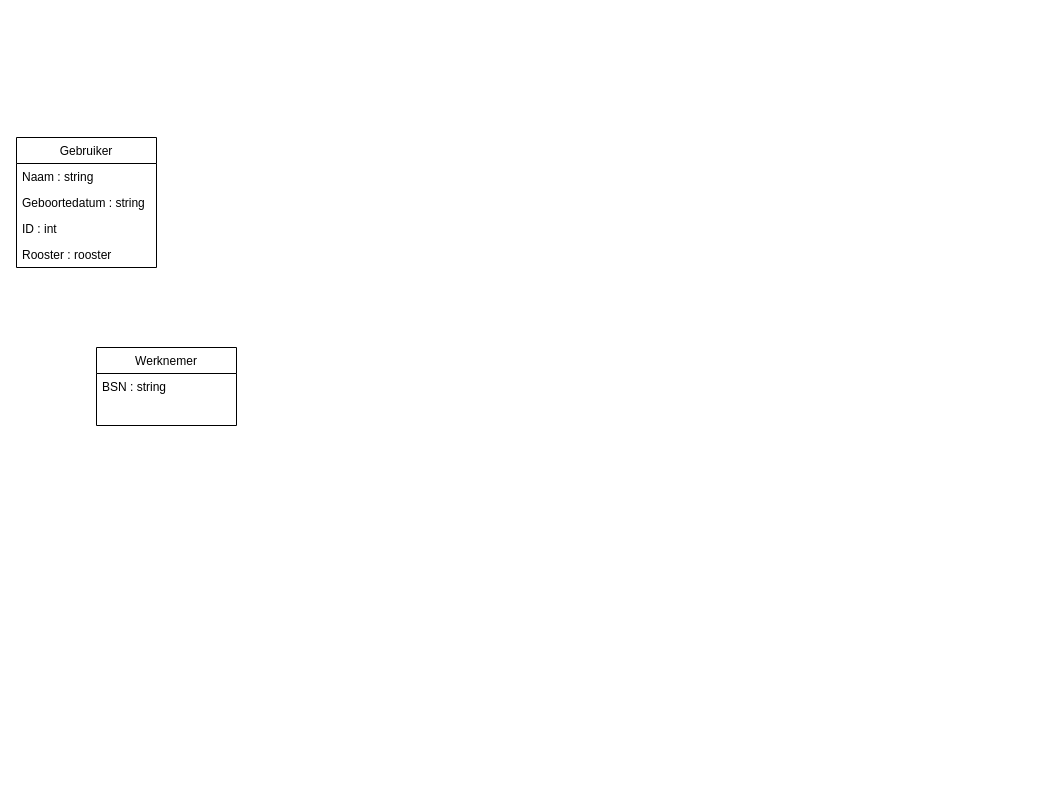
Above: page "Database diagram" (9 of 9) of Untitled Diagram.drawio in antipope/NextAanwezigheid (draw.io), before the change. Source tidied: cells renumbered, new cells numbered last; positions are measured from the earlier drawing's top-left corner, leaving out a move shared by most shapes. Both pictures are drawn from the tidied source at 100%, with x=0, y=0 at pixel (16, 137).
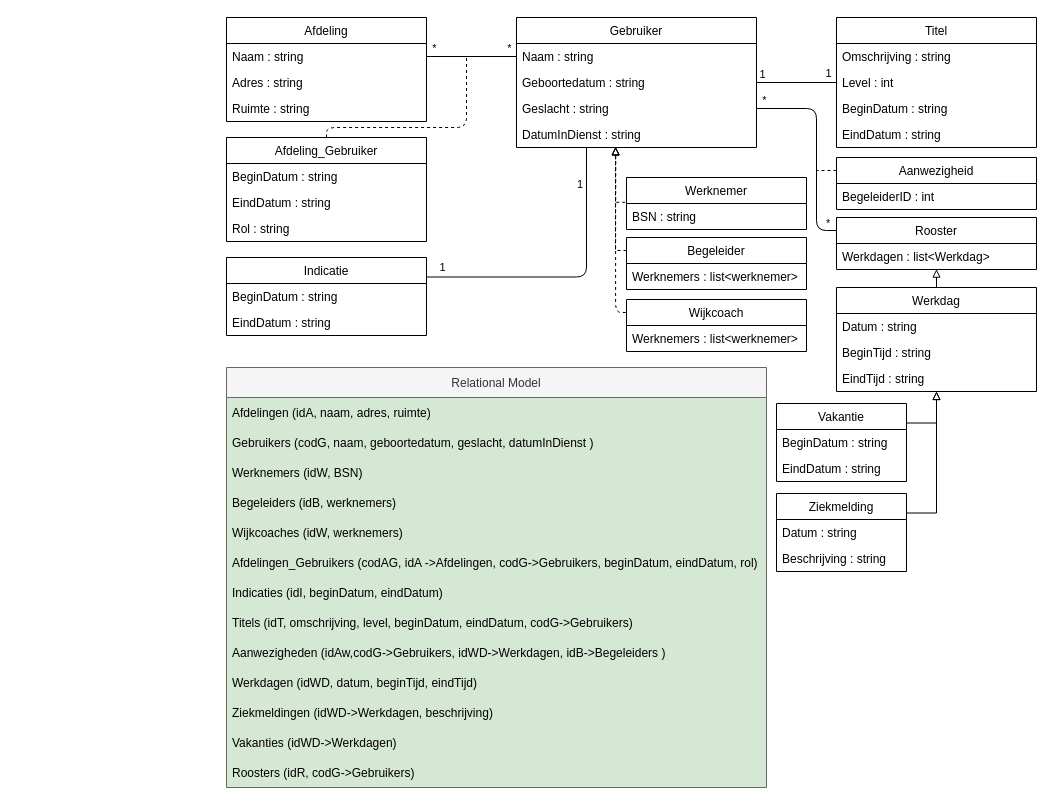
After the change.

Change to the diagram source:
```diff
@@
+    <mxCell id="10" style="edgeStyle=orthogonalEdgeStyle;rounded=1;jettySize=auto;html=1;entryX=0;entryY=0.25;entryDx=0;entryDy=0;dashed=1;startArrow=block;startFill=0;endArrow=none;endFill=0;exitX=0.413;exitY=0.975;exitDx=0;exitDy=0;exitPerimeter=0;" parent="1" edge="1" source="16" target="18">
+      <mxGeometry relative="1" as="geometry">
+        <Array as="points">
+          <mxPoint x="599" y="175" />
+        </Array>
+      </mxGeometry>
+    </mxCell>
+    <mxCell id="11" style="edgeStyle=orthogonalEdgeStyle;rounded=0;jettySize=auto;html=1;entryX=-0.008;entryY=-0.048;entryDx=0;entryDy=0;startArrow=block;startFill=0;endArrow=none;endFill=0;strokeColor=default;dashed=1;entryPerimeter=0;exitX=0.413;exitY=0.975;exitDx=0;exitDy=0;exitPerimeter=0;" parent="1" edge="1" source="16" target="32">
+      <mxGeometry relative="1" as="geometry">
+        <Array as="points">
+          <mxPoint x="599" y="65" />
+        </Array>
+      </mxGeometry>
+    </mxCell>
+    <mxCell id="12" style="edgeStyle=orthogonalEdgeStyle;rounded=1;jettySize=auto;html=1;entryX=1;entryY=0.25;entryDx=0;entryDy=0;startArrow=none;startFill=0;endArrow=none;endFill=0;strokeColor=default;" parent="1" edge="1" source="2" target="45">
+      <mxGeometry relative="1" as="geometry">
+        <Array as="points">
+          <mxPoint x="570" y="140" />
+        </Array>
+      </mxGeometry>
+    </mxCell>
+    <mxCell id="13" value="1" style="edgeLabel;html=1;align=right;verticalAlign=bottom;labelPosition=left;verticalLabelPosition=top;" parent="12" vertex="1">
+      <mxGeometry x="-0.69" y="-3" relative="1" as="geometry" />
+    </mxCell>
+    <mxCell id="14" value="1" style="edgeLabel;html=1;align=center;verticalAlign=bottom;labelPosition=center;verticalLabelPosition=top;" parent="12" vertex="1">
+      <mxGeometry x="0.89" y="-2" relative="1" as="geometry" />
+    </mxCell>
     <mxCell id="2" value="Gebruiker" style="swimlane;fontStyle=0;horizontal=1;startSize=26;fillColor=none;" parent="1" vertex="1">
-      <mxGeometry width="140" height="130" as="geometry" />
+      <mxGeometry x="500" y="-120" width="240" height="130" as="geometry" />
     </mxCell>
     <mxCell id="3" value="Naam : string" style="text;strokeColor=none;fillColor=none;align=left;verticalAlign=top;spacingLeft=4;spacingRight=4;overflow=hidden;points=[[0,0.5],[1,0.5]];portConstraint=eastwest;" parent="2" vertex="1">
-      <mxGeometry y="26" width="140" height="26" as="geometry" />
+      <mxGeometry y="26" width="240" height="26" as="geometry" />
     </mxCell>
     <mxCell id="4" value="Geboortedatum : string" style="text;strokeColor=none;fillColor=none;align=left;verticalAlign=top;spacingLeft=4;spacingRight=4;overflow=hidden;points=[[0,0.5],[1,0.5]];portConstraint=eastwest;" parent="2" vertex="1">
-      <mxGeometry y="52" width="140" height="26" as="geometry" />
+      <mxGeometry y="52" width="240" height="26" as="geometry" />
     </mxCell>
-    <mxCell id="5" value="ID : int" style="text;strokeColor=none;fillColor=none;align=left;verticalAlign=top;spacingLeft=4;spacingRight=4;overflow=hidden;" parent="2" vertex="1">
-      <mxGeometry y="78" width="140" height="26" as="geometry" />
-    </mxCell>
-    <mxCell id="6" value="Rooster : rooster" style="text;strokeColor=none;fillColor=none;align=left;verticalAlign=top;spacingLeft=4;spacingRight=4;overflow=hidden;" parent="2" vertex="1">
-      <mxGeometry y="104" width="140" height="26" as="geometry" />
-    </mxCell>
+    <mxCell id="15" value="Geslacht : string" style="text;strokeColor=none;fillColor=none;align=left;verticalAlign=top;spacingLeft=4;spacingRight=4;overflow=hidden;" parent="2" vertex="1">
+      <mxGeometry y="78" width="240" height="26" as="geometry" />
+    </mxCell>
+    <mxCell id="16" value="DatumInDienst : string" style="text;strokeColor=none;fillColor=none;align=left;verticalAlign=top;spacingLeft=4;spacingRight=4;overflow=hidden;points=[[0,0.5],[1,0.5]];portConstraint=eastwest;" parent="2" vertex="1">
+      <mxGeometry y="104" width="240" height="26" as="geometry" />
+    </mxCell>
-    <mxCell id="7" value="Werknemer" style="swimlane;fontStyle=0;horizontal=1;startSize=26;fillColor=none;" parent="1" vertex="1">
-      <mxGeometry x="80" y="210" width="140" height="78" as="geometry" />
+    <mxCell id="7" value="Afdeling" style="swimlane;fontStyle=0;horizontal=1;startSize=26;fillColor=none;" parent="1" vertex="1">
+      <mxGeometry x="210" y="-120" width="200" height="104" as="geometry" />
     </mxCell>
-    <mxCell id="8" value="BSN : string" style="text;strokeColor=none;fillColor=none;align=left;verticalAlign=top;spacingLeft=4;spacingRight=4;overflow=hidden;points=[[0,0.5],[1,0.5]];portConstraint=eastwest;" parent="7" vertex="1">
-      <mxGeometry y="26" width="140" height="26" as="geometry" />
+    <mxCell id="8" value="Naam : string" style="text;strokeColor=none;fillColor=none;align=left;verticalAlign=top;spacingLeft=4;spacingRight=4;overflow=hidden;points=[[0,0.5],[1,0.5]];portConstraint=eastwest;" parent="7" vertex="1">
+      <mxGeometry y="26" width="200" height="26" as="geometry" />
     </mxCell>
-    <mxCell id="9" style="text;strokeColor=none;fillColor=none;align=left;verticalAlign=top;spacingLeft=4;spacingRight=4;overflow=hidden;" parent="7" vertex="1">
-      <mxGeometry y="52" width="140" height="26" as="geometry" />
+    <mxCell id="9" value="Adres : string" style="text;strokeColor=none;fillColor=none;align=left;verticalAlign=top;spacingLeft=4;spacingRight=4;overflow=hidden;" parent="7" vertex="1">
+      <mxGeometry y="52" width="200" height="26" as="geometry" />
     </mxCell>
+    <mxCell id="17" value="Ruimte : string" style="text;strokeColor=none;fillColor=none;align=left;verticalAlign=top;spacingLeft=4;spacingRight=4;overflow=hidden;" parent="7" vertex="1">
+      <mxGeometry y="78" width="200" height="26" as="geometry" />
+    </mxCell>
+    <mxCell id="18" value="Wijkcoach" style="swimlane;fontStyle=0;horizontal=1;startSize=26;fillColor=none;" parent="1" vertex="1">
+      <mxGeometry x="610" y="162" width="180" height="52" as="geometry" />
+    </mxCell>
+    <mxCell id="19" value="Werknemers : list&lt;werknemer&gt;" style="text;strokeColor=none;fillColor=none;align=left;verticalAlign=top;spacingLeft=4;spacingRight=4;overflow=hidden;" parent="18" vertex="1">
+      <mxGeometry y="26" width="180" height="26" as="geometry" />
+    </mxCell>
+    <mxCell id="20" style="edgeStyle=orthogonalEdgeStyle;rounded=0;jettySize=auto;html=1;exitX=0;exitY=0.25;exitDx=0;exitDy=0;entryX=0.413;entryY=0.979;entryDx=0;entryDy=0;entryPerimeter=0;dashed=1;startArrow=none;startFill=0;endArrow=block;endFill=0;strokeColor=default;" parent="1" edge="1" source="21" target="16">
+      <mxGeometry relative="1" as="geometry">
+        <Array as="points">
+          <mxPoint x="599" y="113" />
+          <mxPoint x="599" y="55" />
+        </Array>
+      </mxGeometry>
+    </mxCell>
+    <mxCell id="21" value="Begeleider" style="swimlane;fontStyle=0;horizontal=1;startSize=26;fillColor=none;" parent="1" vertex="1">
+      <mxGeometry x="610" y="100" width="180" height="52" as="geometry" />
+    </mxCell>
+    <mxCell id="22" value="Werknemers : list&lt;werknemer&gt;" style="text;strokeColor=none;fillColor=none;align=left;verticalAlign=top;spacingLeft=4;spacingRight=4;overflow=hidden;" parent="21" vertex="1">
+      <mxGeometry y="26" width="180" height="26" as="geometry" />
+    </mxCell>
+    <mxCell id="23" value="Titel" style="swimlane;fontStyle=0;horizontal=1;startSize=26;fillColor=none;" parent="1" vertex="1">
+      <mxGeometry x="820" y="-120" width="200" height="130" as="geometry" />
+    </mxCell>
+    <mxCell id="24" value="Omschrijving : string" style="text;strokeColor=none;fillColor=none;align=left;verticalAlign=top;spacingLeft=4;spacingRight=4;overflow=hidden;" parent="23" vertex="1">
+      <mxGeometry y="26" width="200" height="26" as="geometry" />
+    </mxCell>
+    <mxCell id="25" value="Level : int" style="text;strokeColor=none;fillColor=none;align=left;verticalAlign=top;spacingLeft=4;spacingRight=4;overflow=hidden;points=[[0,0.5],[1,0.5]];portConstraint=eastwest;" parent="23" vertex="1">
+      <mxGeometry y="52" width="200" height="26" as="geometry" />
+    </mxCell>
+    <mxCell id="26" value="BeginDatum : string" style="text;strokeColor=none;fillColor=none;align=left;verticalAlign=top;spacingLeft=4;spacingRight=4;overflow=hidden;" parent="23" vertex="1">
+      <mxGeometry y="78" width="200" height="26" as="geometry" />
+    </mxCell>
+    <mxCell id="27" value="EindDatum : string" style="text;strokeColor=none;fillColor=none;align=left;verticalAlign=top;spacingLeft=4;spacingRight=4;overflow=hidden;" parent="23" vertex="1">
+      <mxGeometry y="104" width="200" height="26" as="geometry" />
+    </mxCell>
+    <mxCell id="28" style="edgeStyle=orthogonalEdgeStyle;rounded=0;jettySize=auto;html=1;exitX=1;exitY=0.5;exitDx=0;exitDy=0;entryX=0;entryY=0.5;entryDx=0;entryDy=0;startArrow=none;startFill=0;endArrow=none;endFill=0;strokeColor=default;" parent="1" edge="1" source="4" target="25">
+      <mxGeometry relative="1" as="geometry" />
+    </mxCell>
+    <mxCell id="29" value="1" style="edgeLabel;html=1;align=center;verticalAlign=bottom;labelPosition=center;verticalLabelPosition=top;" parent="28" vertex="1">
+      <mxGeometry x="-0.88" relative="1" as="geometry" />
+    </mxCell>
+    <mxCell id="30" value="1" style="edgeLabel;html=1;align=center;verticalAlign=bottom;labelPosition=center;verticalLabelPosition=top;" parent="28" vertex="1">
+      <mxGeometry x="0.78" y="1" relative="1" as="geometry" />
+    </mxCell>
+    <mxCell id="31" value="Werknemer" style="swimlane;fontStyle=0;horizontal=1;startSize=26;fillColor=none;" parent="1" vertex="1">
+      <mxGeometry x="610" y="40" width="180" height="52" as="geometry" />
+    </mxCell>
+    <mxCell id="32" value="BSN : string" style="text;strokeColor=none;fillColor=none;align=left;verticalAlign=top;spacingLeft=4;spacingRight=4;overflow=hidden;points=[[0,0.5],[1,0.5]];portConstraint=eastwest;" parent="31" vertex="1">
+      <mxGeometry y="26" width="180" height="26" as="geometry" />
+    </mxCell>
+    <mxCell id="33" style="edgeStyle=orthogonalEdgeStyle;rounded=0;jettySize=auto;html=1;exitX=0;exitY=0.5;exitDx=0;exitDy=0;entryX=1;entryY=0.5;entryDx=0;entryDy=0;startArrow=none;startFill=0;endArrow=none;endFill=0;strokeColor=default;" parent="1" edge="1" source="3" target="8">
+      <mxGeometry relative="1" as="geometry" />
+    </mxCell>
+    <mxCell id="34" value="*" style="edgeLabel;html=1;align=center;verticalAlign=bottom;labelPosition=center;verticalLabelPosition=top;" parent="33" vertex="1">
+      <mxGeometry x="0.85" relative="1" as="geometry" />
+    </mxCell>
+    <mxCell id="35" value="*" style="edgeLabel;html=1;align=center;verticalAlign=bottom;labelPosition=center;verticalLabelPosition=top;" parent="33" vertex="1">
+      <mxGeometry x="-0.83" relative="1" as="geometry" />
+    </mxCell>
+    <mxCell id="36" style="edgeStyle=orthogonalEdgeStyle;rounded=1;jettySize=auto;html=1;exitX=0.5;exitY=0;exitDx=0;exitDy=0;dashed=1;startArrow=none;startFill=0;endArrow=none;endFill=0;strokeColor=default;" parent="1" edge="1" source="37">
+      <mxGeometry relative="1" as="geometry">
+        <mxPoint x="450" y="-80" as="targetPoint" />
+        <Array as="points">
+          <mxPoint x="310" y="-10" />
+          <mxPoint x="450" y="-10" />
+        </Array>
+      </mxGeometry>
+    </mxCell>
+    <mxCell id="37" value="Afdeling_Gebruiker" style="swimlane;fontStyle=0;horizontal=1;startSize=26;fillColor=none;" parent="1" vertex="1">
+      <mxGeometry x="210" width="200" height="104" as="geometry" />
+    </mxCell>
+    <mxCell id="38" value="BeginDatum : string" style="text;strokeColor=none;fillColor=none;align=left;verticalAlign=top;spacingLeft=4;spacingRight=4;overflow=hidden;" parent="37" vertex="1">
+      <mxGeometry y="26" width="200" height="26" as="geometry" />
+    </mxCell>
+    <mxCell id="39" value="EindDatum : string" style="text;strokeColor=none;fillColor=none;align=left;verticalAlign=top;spacingLeft=4;spacingRight=4;overflow=hidden;" parent="37" vertex="1">
+      <mxGeometry y="52" width="200" height="26" as="geometry" />
+    </mxCell>
+    <mxCell id="40" value="Rol : string" style="text;strokeColor=none;fillColor=none;align=left;verticalAlign=top;spacingLeft=4;spacingRight=4;overflow=hidden;" parent="37" vertex="1">
+      <mxGeometry y="78" width="200" height="26" as="geometry" />
+    </mxCell>
+    <mxCell id="41" style="edgeStyle=orthogonalEdgeStyle;jettySize=auto;html=1;exitX=1;exitY=0.5;exitDx=0;exitDy=0;entryX=0;entryY=0.25;entryDx=0;entryDy=0;startArrow=none;startFill=0;endArrow=none;endFill=0;strokeColor=default;rounded=1;" parent="1" edge="1" target="62">
+      <mxGeometry relative="1" as="geometry">
+        <mxPoint x="740" y="-29" as="sourcePoint" />
+        <Array as="points">
+          <mxPoint x="800" y="-29" />
+          <mxPoint x="800" y="93" />
+        </Array>
+      </mxGeometry>
+    </mxCell>
+    <mxCell id="42" value="*" style="edgeLabel;html=1;align=center;verticalAlign=bottom;labelPosition=center;verticalLabelPosition=top;" parent="41" vertex="1">
+      <mxGeometry x="-0.93" relative="1" as="geometry" />
+    </mxCell>
+    <mxCell id="43" value="*" style="edgeLabel;html=1;align=left;verticalAlign=middle;labelPosition=right;verticalLabelPosition=middle;" parent="41" vertex="1">
+      <mxGeometry x="0.92" y="1" relative="1" as="geometry">
+        <mxPoint x="-4" y="-7" as="offset" />
+      </mxGeometry>
+    </mxCell>
+    <mxCell id="44" style="edgeStyle=orthogonalEdgeStyle;rounded=0;jettySize=auto;html=1;exitX=0;exitY=0.25;exitDx=0;exitDy=0;startArrow=none;startFill=0;endArrow=none;endFill=0;strokeColor=default;dashed=1;" parent="1" edge="1" source="77">
+      <mxGeometry relative="1" as="geometry">
+        <mxPoint x="800" y="33" as="targetPoint" />
+      </mxGeometry>
+    </mxCell>
+    <mxCell id="45" value="Indicatie" style="swimlane;fontStyle=0;horizontal=1;startSize=26;fillColor=none;" parent="1" vertex="1">
+      <mxGeometry x="210" y="120" width="200" height="78" as="geometry" />
+    </mxCell>
+    <mxCell id="46" value="BeginDatum : string" style="text;strokeColor=none;fillColor=none;align=left;verticalAlign=top;spacingLeft=4;spacingRight=4;overflow=hidden;" parent="45" vertex="1">
+      <mxGeometry y="26" width="200" height="26" as="geometry" />
+    </mxCell>
+    <mxCell id="47" value="EindDatum : string" style="text;strokeColor=none;fillColor=none;align=left;verticalAlign=top;spacingLeft=4;spacingRight=4;overflow=hidden;" parent="45" vertex="1">
+      <mxGeometry y="52" width="200" height="26" as="geometry" />
+    </mxCell>
+    <mxCell id="48" value="Relational Model" style="swimlane;fontStyle=0;horizontal=1;startSize=30;fillColor=#f5f5f5;fontColor=#333333;strokeColor=#666666;swimlaneFillColor=#D5E8D4;" parent="1" vertex="1">
+      <mxGeometry x="210" y="230" width="540" height="420" as="geometry" />
+    </mxCell>
+    <mxCell id="49" value="Afdelingen (idA, naam, adres, ruimte)" style="text;strokeColor=none;fillColor=none;align=left;verticalAlign=middle;spacingLeft=4;spacingRight=4;overflow=hidden;" parent="48" vertex="1">
+      <mxGeometry y="30" width="540" height="30" as="geometry" />
+    </mxCell>
+    <mxCell id="50" value="Gebruikers (codG, naam, geboortedatum, geslacht, datumInDienst )" style="text;strokeColor=none;fillColor=none;align=left;verticalAlign=middle;spacingLeft=4;spacingRight=4;overflow=hidden;" parent="48" vertex="1">
+      <mxGeometry y="60" width="540" height="30" as="geometry" />
+    </mxCell>
+    <mxCell id="51" value="Werknemers (idW, BSN)" style="text;strokeColor=none;fillColor=none;align=left;verticalAlign=middle;spacingLeft=4;spacingRight=4;overflow=hidden;" parent="48" vertex="1">
+      <mxGeometry y="90" width="540" height="30" as="geometry" />
+    </mxCell>
+    <mxCell id="52" value="Begeleiders (idB, werknemers)" style="text;strokeColor=none;fillColor=none;align=left;verticalAlign=middle;spacingLeft=4;spacingRight=4;overflow=hidden;" parent="48" vertex="1">
+      <mxGeometry y="120" width="540" height="30" as="geometry" />
+    </mxCell>
+    <mxCell id="53" value="Wijkcoaches (idW, werknemers)" style="text;strokeColor=none;fillColor=none;align=left;verticalAlign=middle;spacingLeft=4;spacingRight=4;overflow=hidden;" parent="48" vertex="1">
+      <mxGeometry y="150" width="540" height="30" as="geometry" />
+    </mxCell>
+    <mxCell id="54" value="Afdelingen_Gebruikers (codAG, idA -&gt;Afdelingen, codG-&gt;Gebruikers, beginDatum, eindDatum, rol)" style="text;strokeColor=none;fillColor=none;align=left;verticalAlign=middle;spacingLeft=4;spacingRight=4;overflow=hidden;" parent="48" vertex="1">
+      <mxGeometry y="180" width="540" height="30" as="geometry" />
+    </mxCell>
+    <mxCell id="55" value="Indicaties (idI, beginDatum, eindDatum)" style="text;strokeColor=none;fillColor=none;align=left;verticalAlign=middle;spacingLeft=4;spacingRight=4;overflow=hidden;" parent="48" vertex="1">
+      <mxGeometry y="210" width="540" height="30" as="geometry" />
+    </mxCell>
+    <mxCell id="56" value="Titels (idT, omschrijving, level, beginDatum, eindDatum, codG-&gt;Gebruikers)" style="text;strokeColor=none;fillColor=none;align=left;verticalAlign=middle;spacingLeft=4;spacingRight=4;overflow=hidden;" parent="48" vertex="1">
+      <mxGeometry y="240" width="540" height="30" as="geometry" />
+    </mxCell>
+    <mxCell id="57" value="Aanwezigheden (idAw,codG-&gt;Gebruikers, idWD-&gt;Werkdagen, idB-&gt;Begeleiders )" style="text;strokeColor=none;fillColor=none;align=left;verticalAlign=middle;spacingLeft=4;spacingRight=4;overflow=hidden;" parent="48" vertex="1">
+      <mxGeometry y="270" width="540" height="30" as="geometry" />
+    </mxCell>
+    <mxCell id="58" value="Werkdagen (idWD, datum, beginTijd, eindTijd)" style="text;strokeColor=none;fillColor=none;align=left;verticalAlign=middle;spacingLeft=4;spacingRight=4;overflow=hidden;" parent="48" vertex="1">
+      <mxGeometry y="300" width="540" height="30" as="geometry" />
+    </mxCell>
+    <mxCell id="59" value="Ziekmeldingen (idWD-&gt;Werkdagen, beschrijving)" style="text;strokeColor=none;fillColor=none;align=left;verticalAlign=middle;spacingLeft=4;spacingRight=4;overflow=hidden;" parent="48" vertex="1">
+      <mxGeometry y="330" width="540" height="30" as="geometry" />
+    </mxCell>
+    <mxCell id="60" value="Vakanties (idWD-&gt;Werkdagen)" style="text;strokeColor=none;fillColor=none;align=left;verticalAlign=middle;spacingLeft=4;spacingRight=4;overflow=hidden;" parent="48" vertex="1">
+      <mxGeometry y="360" width="540" height="30" as="geometry" />
+    </mxCell>
+    <mxCell id="61" value="Roosters (idR, codG-&gt;Gebruikers)" style="text;strokeColor=none;fillColor=none;align=left;verticalAlign=middle;spacingLeft=4;spacingRight=4;overflow=hidden;" parent="48" vertex="1">
+      <mxGeometry y="390" width="540" height="30" as="geometry" />
+    </mxCell>
+    <mxCell id="62" value="Rooster" style="swimlane;fontStyle=0;horizontal=1;startSize=26;fillColor=none;" parent="1" vertex="1">
+      <mxGeometry x="820" y="80" width="200" height="52" as="geometry" />
+    </mxCell>
+    <mxCell id="63" value="Werkdagen : list&lt;Werkdag&gt;" style="text;strokeColor=none;fillColor=none;align=left;verticalAlign=top;spacingLeft=4;spacingRight=4;overflow=hidden;points=[[0,0.5],[1,0.5]];portConstraint=eastwest;" parent="62" vertex="1">
+      <mxGeometry y="26" width="200" height="26" as="geometry" />
+    </mxCell>
+    <mxCell id="64" style="edgeStyle=orthogonalEdgeStyle;rounded=0;jettySize=auto;html=1;exitX=0.5;exitY=0;exitDx=0;exitDy=0;entryX=0.5;entryY=0.985;entryDx=0;entryDy=0;entryPerimeter=0;startArrow=none;startFill=0;endArrow=block;endFill=0;strokeColor=default;" parent="1" edge="1" source="67" target="63">
+      <mxGeometry relative="1" as="geometry" />
+    </mxCell>
+    <mxCell id="65" style="edgeStyle=orthogonalEdgeStyle;rounded=0;jettySize=auto;html=1;entryX=1;entryY=0.25;entryDx=0;entryDy=0;startArrow=block;startFill=0;endArrow=none;endFill=0;strokeColor=default;" parent="1" edge="1" source="67" target="71">
+      <mxGeometry relative="1" as="geometry" />
+    </mxCell>
+    <mxCell id="66" style="edgeStyle=orthogonalEdgeStyle;rounded=0;jettySize=auto;html=1;entryX=1;entryY=0.25;entryDx=0;entryDy=0;startArrow=block;startFill=0;endArrow=none;endFill=0;strokeColor=default;" parent="1" edge="1" source="67" target="74">
+      <mxGeometry relative="1" as="geometry" />
+    </mxCell>
+    <mxCell id="67" value="Werkdag" style="swimlane;fontStyle=0;horizontal=1;startSize=26;fillColor=none;" parent="1" vertex="1">
+      <mxGeometry x="820" y="150" width="200" height="104" as="geometry" />
+    </mxCell>
+    <mxCell id="68" value="Datum : string" style="text;strokeColor=none;fillColor=none;align=left;verticalAlign=top;spacingLeft=4;spacingRight=4;overflow=hidden;" parent="67" vertex="1">
+      <mxGeometry y="26" width="200" height="26" as="geometry" />
+    </mxCell>
+    <mxCell id="69" value="BeginTijd : string" style="text;strokeColor=none;fillColor=none;align=left;verticalAlign=top;spacingLeft=4;spacingRight=4;overflow=hidden;" parent="67" vertex="1">
+      <mxGeometry y="52" width="200" height="26" as="geometry" />
+    </mxCell>
+    <mxCell id="70" value="EindTijd : string" style="text;strokeColor=none;fillColor=none;align=left;verticalAlign=top;spacingLeft=4;spacingRight=4;overflow=hidden;" parent="67" vertex="1">
+      <mxGeometry y="78" width="200" height="26" as="geometry" />
+    </mxCell>
+    <mxCell id="71" value="Vakantie" style="swimlane;fontStyle=0;horizontal=1;startSize=26;fillColor=none;" parent="1" vertex="1">
+      <mxGeometry x="760" y="266" width="130" height="78" as="geometry" />
+    </mxCell>
+    <mxCell id="72" value="BeginDatum : string" style="text;strokeColor=none;fillColor=none;align=left;verticalAlign=top;spacingLeft=4;spacingRight=4;overflow=hidden;" parent="71" vertex="1">
+      <mxGeometry y="26" width="130" height="26" as="geometry" />
+    </mxCell>
+    <mxCell id="73" value="EindDatum : string" style="text;strokeColor=none;fillColor=none;align=left;verticalAlign=top;spacingLeft=4;spacingRight=4;overflow=hidden;" parent="71" vertex="1">
+      <mxGeometry y="52" width="130" height="26" as="geometry" />
+    </mxCell>
+    <mxCell id="74" value="Ziekmelding" style="swimlane;fontStyle=0;horizontal=1;startSize=26;fillColor=none;" parent="1" vertex="1">
+      <mxGeometry x="760" y="356" width="130" height="78" as="geometry" />
+    </mxCell>
+    <mxCell id="75" value="Datum : string" style="text;strokeColor=none;fillColor=none;align=left;verticalAlign=top;spacingLeft=4;spacingRight=4;overflow=hidden;" parent="74" vertex="1">
+      <mxGeometry y="26" width="130" height="26" as="geometry" />
+    </mxCell>
+    <mxCell id="76" value="Beschrijving : string" style="text;strokeColor=none;fillColor=none;align=left;verticalAlign=top;spacingLeft=4;spacingRight=4;overflow=hidden;" parent="74" vertex="1">
+      <mxGeometry y="52" width="130" height="26" as="geometry" />
+    </mxCell>
+    <mxCell id="77" value="Aanwezigheid" style="swimlane;fontStyle=0;horizontal=1;startSize=26;fillColor=none;" parent="1" vertex="1">
+      <mxGeometry x="820" y="20" width="200" height="52" as="geometry" />
+    </mxCell>
+    <mxCell id="78" value="BegeleiderID : int" style="text;strokeColor=none;fillColor=none;align=left;verticalAlign=top;spacingLeft=4;spacingRight=4;overflow=hidden;" parent="77" vertex="1">
+      <mxGeometry y="26" width="200" height="26" as="geometry" />
+    </mxCell>
```
